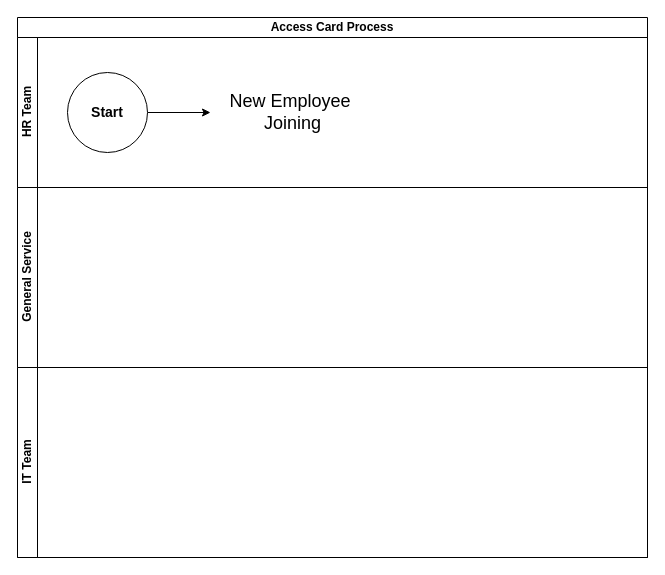
Before: Access_Card_Process.drawio in Adityacs001/snippet, a draw.io diagram. Source tidied: cells renumbered, new cells numbered last; positions are measured from the earlier drawing's top-left corner, leaving out a move shared by most shapes. Both pictures are drawn from the tidied source at 100%, with x=0, y=0 at pixel (17, 17).
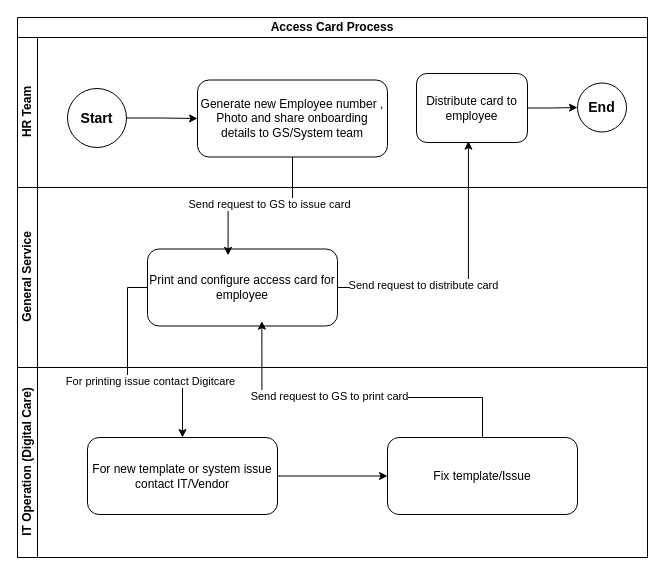
The same diagram, later.

Unchanged cells that the change refers to:
```xml
<mxCell id="2" value="Access Card Process" style="swimlane;html=1;horizontal=1;startSize=20;whiteSpace=wrap;" parent="1" vertex="1">
  <mxGeometry width="630" height="540" as="geometry" />
</mxCell>
<mxCell id="3" value="HR Team" style="swimlane;html=1;startSize=20;horizontal=0;" parent="2" vertex="1">
  <mxGeometry y="20" width="630" height="150" as="geometry" />
</mxCell>
<mxCell id="7" value="General Service" style="swimlane;html=1;startSize=20;horizontal=0;" parent="2" vertex="1">
  <mxGeometry y="170" width="630" height="180" as="geometry" />
</mxCell>
```

The edit, as a diff of the source:
```diff
@@
-    <mxCell id="4" style="edgeStyle=orthogonalEdgeStyle;rounded=0;jettySize=auto;html=1;" parent="3" edge="1" source="5" target="6">
+    <mxCell id="4" style="edgeStyle=orthogonalEdgeStyle;rounded=0;jettySize=auto;html=1;entryX=0;entryY=0.5;entryDx=0;entryDy=0;" parent="3" edge="1" source="5" target="9">
       <mxGeometry relative="1" as="geometry" />
     </mxCell>
     <mxCell id="5" value="&lt;b&gt;&lt;font style=&quot;font-size: 14px;&quot;&gt;Start&lt;/font&gt;&lt;/b&gt;" style="ellipse;whiteSpace=wrap;html=1;" parent="3" vertex="1">
-      <mxGeometry x="50" y="35" width="80" height="80" as="geometry" />
+      <mxGeometry x="50" y="51" width="59" height="59" as="geometry" />
     </mxCell>
-    <mxCell id="6" value="&lt;font style=&quot;font-size: 18px;&quot;&gt;New Employee&lt;br&gt;&amp;nbsp;Joining&lt;/font&gt;" style="text;html=1;strokeColor=none;fillColor=none;align=center;verticalAlign=middle;whiteSpace=wrap;rounded=0;" parent="3" vertex="1">
-      <mxGeometry x="193" y="48" width="160" height="54" as="geometry" />
-    </mxCell>
+    <mxCell id="9" value="Generate new Employee number , Photo and share onboarding details to GS/System team" style="rounded=1;whiteSpace=wrap;html=1;" parent="3" vertex="1">
+      <mxGeometry x="180" y="42.5" width="190" height="77" as="geometry" />
+    </mxCell>
+    <mxCell id="10" style="edgeStyle=orthogonalEdgeStyle;rounded=0;jettySize=auto;html=1;" parent="3" edge="1" source="11" target="12">
+      <mxGeometry relative="1" as="geometry" />
+    </mxCell>
+    <mxCell id="11" value="Distribute card to employee" style="rounded=1;whiteSpace=wrap;html=1;" parent="3" vertex="1">
+      <mxGeometry x="399" y="36" width="111" height="69" as="geometry" />
+    </mxCell>
+    <mxCell id="12" value="&lt;b&gt;&lt;font style=&quot;font-size: 14px;&quot;&gt;End&lt;/font&gt;&lt;/b&gt;" style="ellipse;whiteSpace=wrap;html=1;" parent="3" vertex="1">
+      <mxGeometry x="560" y="45.5" width="49" height="49" as="geometry" />
+    </mxCell>
@@
+    <mxCell id="13" value="Print and configure access card for employee" style="rounded=1;whiteSpace=wrap;html=1;" parent="7" vertex="1">
+      <mxGeometry x="130" y="61.5" width="190" height="77" as="geometry" />
+    </mxCell>
-    <mxCell id="8" value="IT Team" style="swimlane;html=1;startSize=20;horizontal=0;" parent="2" vertex="1">
+    <mxCell id="8" value="IT Operation (Digital Care)" style="swimlane;html=1;startSize=20;horizontal=0;" parent="2" vertex="1">
       <mxGeometry y="350" width="630" height="190" as="geometry" />
     </mxCell>
+    <mxCell id="14" style="edgeStyle=orthogonalEdgeStyle;rounded=0;jettySize=auto;html=1;" parent="8" edge="1" source="15" target="16">
+      <mxGeometry relative="1" as="geometry" />
+    </mxCell>
+    <mxCell id="15" value="For new template or system issue contact IT/Vendor" style="rounded=1;whiteSpace=wrap;html=1;" parent="8" vertex="1">
+      <mxGeometry x="70" y="70" width="190" height="77" as="geometry" />
+    </mxCell>
+    <mxCell id="16" value="Fix template/Issue" style="rounded=1;whiteSpace=wrap;html=1;" parent="8" vertex="1">
+      <mxGeometry x="370" y="70" width="190" height="77" as="geometry" />
+    </mxCell>
+    <mxCell id="17" style="edgeStyle=orthogonalEdgeStyle;rounded=0;jettySize=auto;html=1;entryX=0.424;entryY=0.083;entryDx=0;entryDy=0;entryPerimeter=0;" parent="2" edge="1" source="9" target="13">
+      <mxGeometry relative="1" as="geometry" />
+    </mxCell>
+    <mxCell id="18" value="Send request to GS to issue card" style="edgeLabel;html=1;align=center;verticalAlign=middle;" parent="17" vertex="1">
+      <mxGeometry x="-0.14" y="1" relative="1" as="geometry" />
+    </mxCell>
+    <mxCell id="19" style="edgeStyle=orthogonalEdgeStyle;rounded=0;jettySize=auto;html=1;entryX=0.602;entryY=0.937;entryDx=0;entryDy=0;entryPerimeter=0;" parent="2" edge="1" source="16" target="13">
+      <mxGeometry relative="1" as="geometry">
+        <Array as="points">
+          <mxPoint x="465" y="380" />
+          <mxPoint x="244" y="380" />
+        </Array>
+      </mxGeometry>
+    </mxCell>
+    <mxCell id="20" value="Send request to GS to print card" style="edgeLabel;html=1;align=center;verticalAlign=middle;" parent="19" vertex="1">
+      <mxGeometry x="0.15" y="-2" relative="1" as="geometry" />
+    </mxCell>
+    <mxCell id="21" style="edgeStyle=orthogonalEdgeStyle;rounded=0;jettySize=auto;html=1;entryX=0.5;entryY=0;entryDx=0;entryDy=0;" parent="2" edge="1" source="13" target="15">
+      <mxGeometry relative="1" as="geometry">
+        <Array as="points">
+          <mxPoint x="110" y="270" />
+          <mxPoint x="110" y="364" />
+          <mxPoint x="165" y="364" />
+        </Array>
+      </mxGeometry>
+    </mxCell>
+    <mxCell id="22" value="For printing issue contact Digitcare" style="edgeLabel;html=1;align=center;verticalAlign=middle;" parent="21" vertex="1">
+      <mxGeometry x="0.21" y="1" relative="1" as="geometry" />
+    </mxCell>
+    <mxCell id="23" style="edgeStyle=orthogonalEdgeStyle;rounded=0;jettySize=auto;html=1;entryX=0.468;entryY=0.98;entryDx=0;entryDy=0;entryPerimeter=0;" parent="2" edge="1" source="13" target="11">
+      <mxGeometry relative="1" as="geometry" />
+    </mxCell>
+    <mxCell id="24" value="Send request to distribute card" style="edgeLabel;html=1;align=center;verticalAlign=middle;" parent="23" vertex="1">
+      <mxGeometry x="-0.39" y="3" relative="1" as="geometry" />
+    </mxCell>
```
